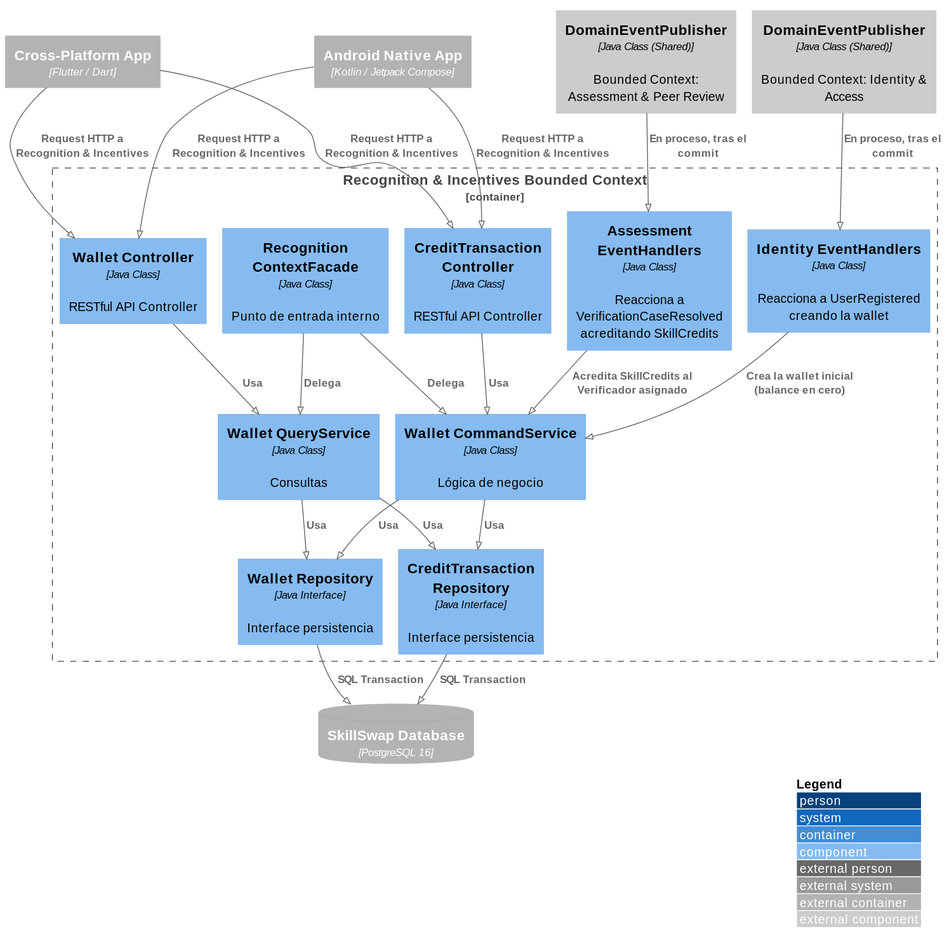
This is images-doc/WalletIncentivesComponent.svg from Aplicaciones-Dispositivos-Moviles/SkillSwap-ProjectReport, a PlantUML export, as it was before one commit.
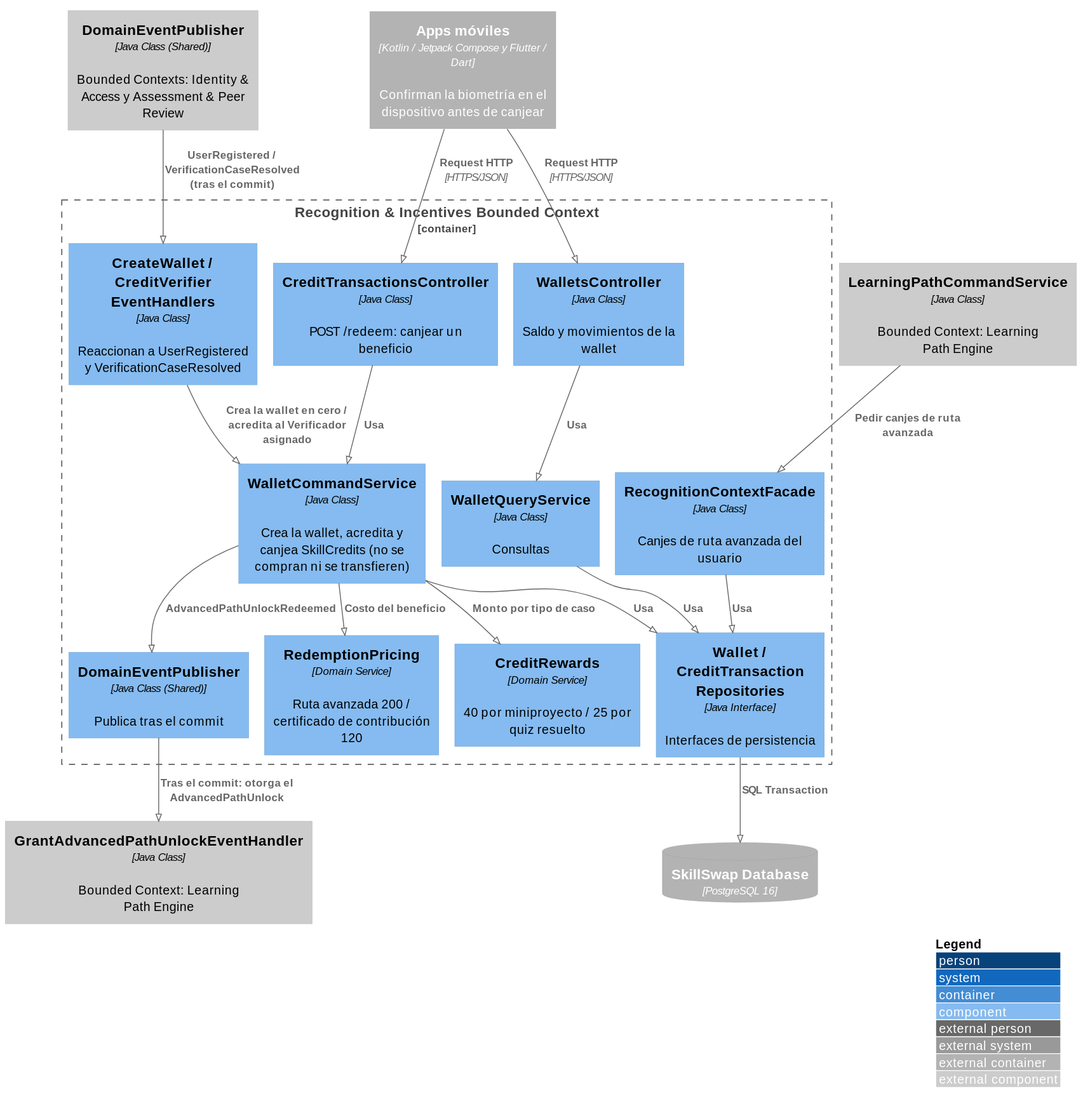
After the commit.

Diff of the diagram source:
```diff
@@ -4,46 +4,42 @@
 
 LAYOUT_WITH_LEGEND()
 
-Container_Ext(androidApp, "Android Native App", "Kotlin / Jetpack Compose")
-Container_Ext(flutterApp, "Cross-Platform App", "Flutter / Dart")
+Container_Ext(mobileApps, "Apps móviles", "Kotlin / Jetpack Compose y Flutter / Dart", "Confirman la biometría en el dispositivo antes de canjear")
 ContainerDb_Ext(mainDB, "SkillSwap Database", "PostgreSQL 16")
 
 Container_Boundary(recognitionBC, "Recognition & Incentives Bounded Context") {
-    Component(walletController, "Wallet Controller", "Java Class", "RESTful API Controller")
-    Component(creditTransactionController, "CreditTransaction Controller", "Java Class", "RESTful API Controller")
-    Component(walletCommandService, "Wallet CommandService", "Java Class", "Lógica de negocio")
-    Component(walletQueryService, "Wallet QueryService", "Java Class", "Consultas")
-    Component(identityEventHandlers, "Identity EventHandlers", "Java Class", "Reacciona a UserRegistered creando la wallet")
-    Component(assessmentEventHandlers, "Assessment EventHandlers", "Java Class", "Reacciona a VerificationCaseResolved acreditando SkillCredits")
-    Component(walletRepository, "Wallet Repository", "Java Interface", "Interface persistencia")
-    Component(creditTransactionRepository, "CreditTransaction Repository", "Java Interface", "Interface persistencia")
-    Component(recognitionContextFacade, "Recognition ContextFacade", "Java Class", "Punto de entrada interno")
+    Component(walletsController, "WalletsController", "Java Class", "Saldo y movimientos de la wallet")
+    Component(creditTransactionsController, "CreditTransactionsController", "Java Class", "POST /redeem: canjear un beneficio")
+    Component(walletCommandService, "WalletCommandService", "Java Class", "Crea la wallet, acredita y canjea SkillCredits (no se compran ni se transfieren)")
+    Component(walletQueryService, "WalletQueryService", "Java Class", "Consultas")
+    Component(creditRewards, "CreditRewards", "Domain Service", "40 por miniproyecto / 25 por quiz resuelto")
+    Component(redemptionPricing, "RedemptionPricing", "Domain Service", "Ruta avanzada 200 / certificado de contribución 120")
+    Component(eventHandlers, "CreateWallet / CreditVerifier EventHandlers", "Java Class", "Reaccionan a UserRegistered y VerificationCaseResolved")
+    Component(repositories, "Wallet / CreditTransaction Repositories", "Java Interface", "Interfaces de persistencia")
+    Component(eventPublisher, "DomainEventPublisher", "Java Class (Shared)", "Publica tras el commit")
+    Component(recognitionFacade, "RecognitionContextFacade", "Java Class", "Canjes de ruta avanzada del usuario")
 }
 
-Component_Ext(identityDomainEventPublisher, "DomainEventPublisher", "Java Class (Shared)", "Bounded Context: Identity & Access")
-Component_Ext(assessmentDomainEventPublisher, "DomainEventPublisher", "Java Class (Shared)", "Bounded Context: Assessment & Peer Review")
+Component_Ext(otherPublishers, "DomainEventPublisher", "Java Class (Shared)", "Bounded Contexts: Identity & Access y Assessment & Peer Review")
+Component_Ext(grantUnlockHandler, "GrantAdvancedPathUnlockEventHandler", "Java Class", "Bounded Context: Learning Path Engine")
+Component_Ext(learningPathCommandService, "LearningPathCommandService", "Java Class", "Bounded Context: Learning Path Engine")
 
-Rel(androidApp, walletController, "Request HTTP a Recognition & Incentives")
-Rel(flutterApp, walletController, "Request HTTP a Recognition & Incentives")
-Rel(androidApp, creditTransactionController, "Request HTTP a Recognition & Incentives")
-Rel(flutterApp, creditTransactionController, "Request HTTP a Recognition & Incentives")
+Rel(mobileApps, walletsController, "Request HTTP", "HTTPS/JSON")
+Rel(mobileApps, creditTransactionsController, "Request HTTP", "HTTPS/JSON")
+Rel(walletsController, walletQueryService, "Usa")
+Rel(creditTransactionsController, walletCommandService, "Usa")
 
-Rel(walletController, walletQueryService, "Usa")
-Rel(creditTransactionController, walletCommandService, "Usa")
+Rel(otherPublishers, eventHandlers, "UserRegistered / VerificationCaseResolved (tras el commit)")
+Rel(eventHandlers, walletCommandService, "Crea la wallet en cero / acredita al Verificador asignado")
+Rel(walletCommandService, creditRewards, "Monto por tipo de caso")
+Rel(walletCommandService, redemptionPricing, "Costo del beneficio")
+Rel(walletCommandService, repositories, "Usa")
+Rel(walletQueryService, repositories, "Usa")
+Rel(repositories, mainDB, "SQL Transaction")
 
-Rel(walletCommandService, walletRepository, "Usa")
-Rel(walletCommandService, creditTransactionRepository, "Usa")
-Rel(walletQueryService, walletRepository, "Usa")
-Rel(walletQueryService, creditTransactionRepository, "Usa")
-Rel(walletRepository, mainDB, "SQL Transaction")
-Rel(creditTransactionRepository, mainDB, "SQL Transaction")
+Rel(walletCommandService, eventPublisher, "AdvancedPathUnlockRedeemed")
+Rel(eventPublisher, grantUnlockHandler, "Tras el commit: otorga el AdvancedPathUnlock")
 
-Rel(identityDomainEventPublisher, identityEventHandlers, "En proceso, tras el commit")
-Rel(identityEventHandlers, walletCommandService, "Crea la wallet inicial (balance en cero)")
-
-Rel(assessmentDomainEventPublisher, assessmentEventHandlers, "En proceso, tras el commit")
-Rel(assessmentEventHandlers, walletCommandService, "Acredita SkillCredits al Verificador asignado")
-
-Rel(recognitionContextFacade, walletCommandService, "Delega")
-Rel(recognitionContextFacade, walletQueryService, "Delega")
+Rel(recognitionFacade, repositories, "Usa")
+Rel(learningPathCommandService, recognitionFacade, "Pedir canjes de ruta avanzada")
 @enduml
```
